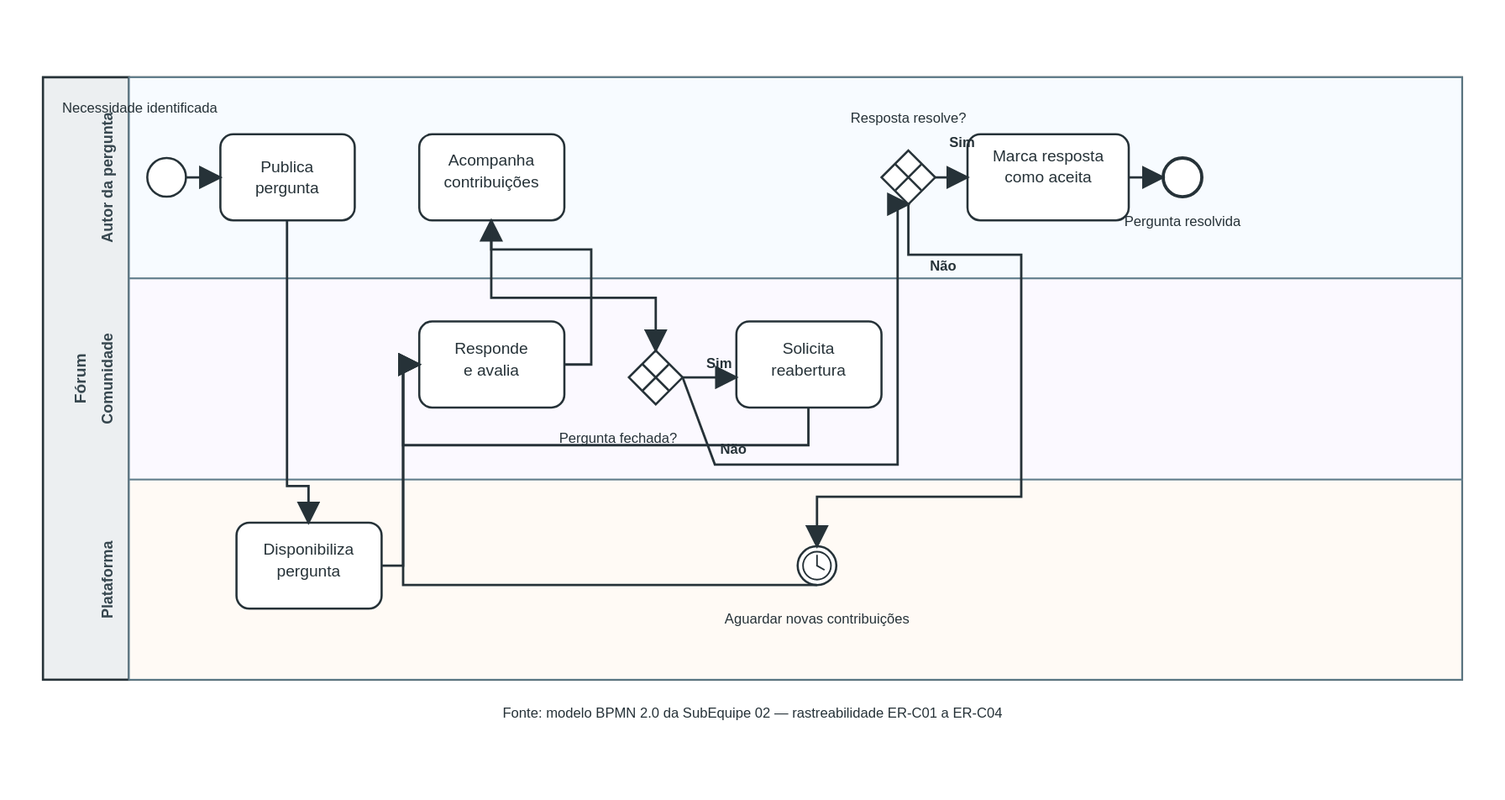
Before: docs/Base/Modelagem/BPMN/Fluxo_Pergunta_Resposta_Resolucao.svg, a diagram exported from BPMN (UnBArqDsw2026-2-Turma02/2026.2-T02-_G2_ProjetoForum_Entrega01). Its source is kept beside it as docs/Base/Modelagem/BPMN/Fluxo_Pergunta_Resposta_Resolucao.bpmn. Ids are renumbered.
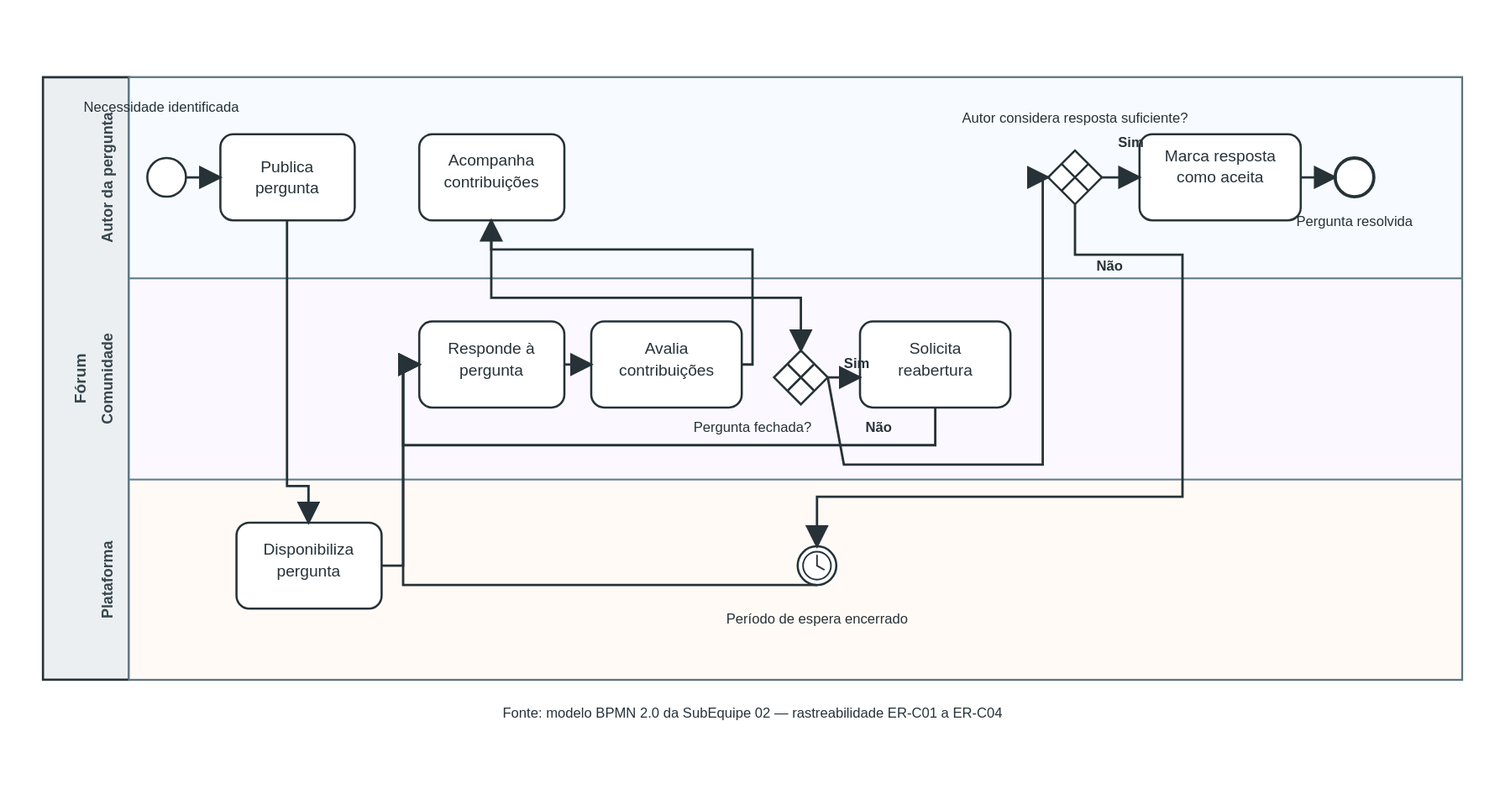
Later version of the same file.

Commit message:
Aprimora modelagem BPMN e atualiza relatório (#43)

Diff of the diagram source:
```diff
@@ -13,7 +13,7 @@
   </bpmn:collaboration>
 
   <bpmn:process id="Process_Forum" name="Fluxo de pergunta, resposta e resolução" isExecutable="false">
-    <bpmn:documentation>Modelo BPMN inicial da SubEquipe 02. O escopo cobre publicação, disponibilização, resposta, avaliação, aceitação, espera por contribuições e continuidade após fechamento.</bpmn:documentation>
+    <bpmn:documentation>Modelo BPMN inicial da SubEquipe 02. O escopo cobre publicação, disponibilização, resposta, avaliação, aceitação, espera por contribuições e continuidade após fechamento. As tarefas de responder e avaliar foram separadas para manter ações atômicas.</bpmn:documentation>
 
     <bpmn:laneSet id="LaneSet_Forum">
       <bpmn:lane id="Lane_Autor" name="Autor da pergunta">
@@ -26,6 +26,7 @@
       </bpmn:lane>
       <bpmn:lane id="Lane_Community" name="Comunidade">
         <bpmn:flowNodeRef>Task_Respond</bpmn:flowNodeRef>
+        <bpmn:flowNodeRef>Task_Evaluate</bpmn:flowNodeRef>
         <bpmn:flowNodeRef>Gateway_Closed</bpmn:flowNodeRef>
         <bpmn:flowNodeRef>Task_Reopen</bpmn:flowNodeRef>
       </bpmn:lane>
@@ -46,17 +47,21 @@
       <bpmn:incoming>Flow_Publish_Available</bpmn:incoming>
       <bpmn:outgoing>Flow_Available_Respond</bpmn:outgoing>
     </bpmn:task>
-    <bpmn:task id="Task_Respond" name="Responde e avalia">
+    <bpmn:task id="Task_Respond" name="Responde à pergunta">
       <bpmn:incoming>Flow_Available_Respond</bpmn:incoming>
       <bpmn:incoming>Flow_Wait_Respond</bpmn:incoming>
       <bpmn:incoming>Flow_Reopen_Respond</bpmn:incoming>
-      <bpmn:outgoing>Flow_Respond_Monitor</bpmn:outgoing>
+      <bpmn:outgoing>Flow_Respond_Evaluate</bpmn:outgoing>
+    </bpmn:task>
+    <bpmn:task id="Task_Evaluate" name="Avalia contribuições">
+      <bpmn:incoming>Flow_Respond_Evaluate</bpmn:incoming>
+      <bpmn:outgoing>Flow_Evaluate_Monitor</bpmn:outgoing>
     </bpmn:task>
     <bpmn:task id="Task_Monitor" name="Acompanha contribuições">
-      <bpmn:incoming>Flow_Respond_Monitor</bpmn:incoming>
+      <bpmn:incoming>Flow_Evaluate_Monitor</bpmn:incoming>
       <bpmn:outgoing>Flow_Monitor_Closed</bpmn:outgoing>
     </bpmn:task>
-    <bpmn:exclusiveGateway id="Gateway_Resolution" name="Resposta resolve?">
+    <bpmn:exclusiveGateway id="Gateway_Resolution" name="Autor considera resposta suficiente?">
       <bpmn:incoming>Flow_Closed_No</bpmn:incoming>
       <bpmn:outgoing>Flow_Resolution_Yes</bpmn:outgoing>
       <bpmn:outgoing>Flow_Resolution_No</bpmn:outgoing>
@@ -68,7 +73,7 @@
     <bpmn:endEvent id="End_Resolved" name="Pergunta resolvida">
       <bpmn:incoming>Flow_Accept_Resolved</bpmn:incoming>
     </bpmn:endEvent>
-    <bpmn:intermediateCatchEvent id="Event_Wait" name="Aguardar novas contribuições">
+    <bpmn:intermediateCatchEvent id="Event_Wait" name="Período de espera encerrado">
       <bpmn:incoming>Flow_Resolution_No</bpmn:incoming>
       <bpmn:outgoing>Flow_Wait_Respond</bpmn:outgoing>
       <bpmn:timerEventDefinition id="TimerDefinition_Wait" />
@@ -86,7 +91,8 @@
     <bpmn:sequenceFlow id="Flow_Start_Publish" sourceRef="Start_Question" targetRef="Task_Publish" />
     <bpmn:sequenceFlow id="Flow_Publish_Available" sourceRef="Task_Publish" targetRef="Task_Available" />
     <bpmn:sequenceFlow id="Flow_Available_Respond" sourceRef="Task_Available" targetRef="Task_Respond" />
-    <bpmn:sequenceFlow id="Flow_Respond_Monitor" sourceRef="Task_Respond" targetRef="Task_Monitor" />
+    <bpmn:sequenceFlow id="Flow_Respond_Evaluate" sourceRef="Task_Respond" targetRef="Task_Evaluate" />
+    <bpmn:sequenceFlow id="Flow_Evaluate_Monitor" sourceRef="Task_Evaluate" targetRef="Task_Monitor" />
     <bpmn:sequenceFlow id="Flow_Resolution_Yes" name="Sim" sourceRef="Gateway_Resolution" targetRef="Task_Accept" />
     <bpmn:sequenceFlow id="Flow_Resolution_No" name="Não" sourceRef="Gateway_Resolution" targetRef="Event_Wait" />
     <bpmn:sequenceFlow id="Flow_Wait_Respond" sourceRef="Event_Wait" targetRef="Task_Respond" />
@@ -115,7 +121,9 @@
 
       <bpmndi:BPMNShape id="Start_Question_di" bpmnElement="Start_Question">
         <dc:Bounds x="160" y="148" width="36" height="36" />
-        <bpmndi:BPMNLabel />
+        <bpmndi:BPMNLabel>
+          <dc:Bounds x="145" y="55" width="150" height="27" />
+        </bpmndi:BPMNLabel>
       </bpmndi:BPMNShape>
       <bpmndi:BPMNShape id="Task_Publish_di" bpmnElement="Task_Publish">
         <dc:Bounds x="215" y="128" width="110" height="80" />
@@ -126,17 +134,17 @@
         <bpmndi:BPMNLabel />
       </bpmndi:BPMNShape>
       <bpmndi:BPMNShape id="Gateway_Resolution_di" bpmnElement="Gateway_Resolution" isMarkerVisible="true">
-        <dc:Bounds x="820" y="143" width="50" height="50" />
+        <dc:Bounds x="975" y="143" width="50" height="50" />
         <bpmndi:BPMNLabel>
-          <dc:Bounds x="818" y="105" width="55" height="27" />
+          <dc:Bounds x="973" y="105" width="55" height="27" />
         </bpmndi:BPMNLabel>
       </bpmndi:BPMNShape>
       <bpmndi:BPMNShape id="Task_Accept_di" bpmnElement="Task_Accept">
-        <dc:Bounds x="900" y="128" width="120" height="80" />
+        <dc:Bounds x="1055" y="128" width="150" height="80" />
         <bpmndi:BPMNLabel />
       </bpmndi:BPMNShape>
       <bpmndi:BPMNShape id="End_Resolved_di" bpmnElement="End_Resolved">
-        <dc:Bounds x="1070" y="150" width="36" height="36" />
+        <dc:Bounds x="1225" y="150" width="36" height="36" />
         <bpmndi:BPMNLabel />
       </bpmndi:BPMNShape>
 
@@ -144,14 +152,18 @@
         <dc:Bounds x="400" y="300" width="120" height="80" />
         <bpmndi:BPMNLabel />
       </bpmndi:BPMNShape>
+      <bpmndi:BPMNShape id="Task_Evaluate_di" bpmnElement="Task_Evaluate">
+        <dc:Bounds x="550" y="300" width="135" height="80" />
+        <bpmndi:BPMNLabel />
+      </bpmndi:BPMNShape>
       <bpmndi:BPMNShape id="Gateway_Closed_di" bpmnElement="Gateway_Closed" isMarkerVisible="true">
-        <dc:Bounds x="600" y="315" width="50" height="50" />
+        <dc:Bounds x="720" y="315" width="50" height="50" />
         <bpmndi:BPMNLabel>
-          <dc:Bounds x="470" y="375" width="105" height="27" />
+          <dc:Bounds x="640" y="350" width="120" height="27" />
         </bpmndi:BPMNLabel>
       </bpmndi:BPMNShape>
       <bpmndi:BPMNShape id="Task_Reopen_di" bpmnElement="Task_Reopen">
-        <dc:Bounds x="690" y="300" width="120" height="80" />
+        <dc:Bounds x="800" y="300" width="135" height="80" />
         <bpmndi:BPMNLabel />
       </bpmndi:BPMNShape>
       <bpmndi:BPMNShape id="Task_Available_di" bpmnElement="Task_Available">
@@ -161,7 +173,7 @@
       <bpmndi:BPMNShape id="Event_Wait_di" bpmnElement="Event_Wait">
         <dc:Bounds x="760" y="500" width="36" height="36" />
         <bpmndi:BPMNLabel>
-          <dc:Bounds x="710" y="543" width="136" height="27" />
+          <dc:Bounds x="690" y="543" width="176" height="27" />
         </bpmndi:BPMNLabel>
       </bpmndi:BPMNShape>
 
@@ -181,22 +193,26 @@
         <di:waypoint x="390" y="340" />
         <di:waypoint x="400" y="340" />
       </bpmndi:BPMNEdge>
-      <bpmndi:BPMNEdge id="Flow_Respond_Monitor_di" bpmnElement="Flow_Respond_Monitor">
+      <bpmndi:BPMNEdge id="Flow_Respond_Evaluate_di" bpmnElement="Flow_Respond_Evaluate">
         <di:waypoint x="520" y="340" />
         <di:waypoint x="550" y="340" />
-        <di:waypoint x="550" y="240" />
+      </bpmndi:BPMNEdge>
+      <bpmndi:BPMNEdge id="Flow_Evaluate_Monitor_di" bpmnElement="Flow_Evaluate_Monitor">
+        <di:waypoint x="685" y="340" />
+        <di:waypoint x="700" y="340" />
+        <di:waypoint x="700" y="240" />
         <di:waypoint x="440" y="240" />
         <di:waypoint x="440" y="208" />
       </bpmndi:BPMNEdge>
       <bpmndi:BPMNEdge id="Flow_Resolution_Yes_di" bpmnElement="Flow_Resolution_Yes">
-        <di:waypoint x="870" y="168" />
-        <di:waypoint x="900" y="168" />
+        <di:waypoint x="1025" y="168" />
+        <di:waypoint x="1055" y="168" />
       </bpmndi:BPMNEdge>
       <bpmndi:BPMNEdge id="Flow_Resolution_No_di" bpmnElement="Flow_Resolution_No">
-        <di:waypoint x="845" y="193" />
-        <di:waypoint x="845" y="240" />
-        <di:waypoint x="950" y="240" />
-        <di:waypoint x="950" y="450" />
+        <di:waypoint x="1000" y="193" />
+        <di:waypoint x="1000" y="240" />
+        <di:waypoint x="1100" y="240" />
+        <di:waypoint x="1100" y="450" />
         <di:waypoint x="778" y="450" />
         <di:waypoint x="778" y="500" />
       </bpmndi:BPMNEdge>
@@ -209,30 +225,33 @@
       <bpmndi:BPMNEdge id="Flow_Monitor_Closed_di" bpmnElement="Flow_Monitor_Closed">
         <di:waypoint x="440" y="208" />
         <di:waypoint x="440" y="280" />
-        <di:waypoint x="625" y="280" />
-        <di:waypoint x="625" y="315" />
+        <di:waypoint x="745" y="280" />
+        <di:waypoint x="745" y="315" />
       </bpmndi:BPMNEdge>
       <bpmndi:BPMNEdge id="Flow_Closed_Yes_di" bpmnElement="Flow_Closed_Yes">
-        <di:waypoint x="650" y="340" />
-        <di:waypoint x="690" y="340" />
+        <di:waypoint x="770" y="340" />
+        <di:waypoint x="800" y="340" />
       </bpmndi:BPMNEdge>
       <bpmndi:BPMNEdge id="Flow_Closed_No_di" bpmnElement="Flow_Closed_No">
-        <di:waypoint x="650" y="340" />
-        <di:waypoint x="665" y="400" />
-        <di:waypoint x="835" y="400" />
-        <di:waypoint x="835" y="193" />
-        <di:waypoint x="845" y="193" />
+        <di:waypoint x="770" y="340" />
+        <di:waypoint x="785" y="400" />
+        <di:waypoint x="970" y="400" />
+        <di:waypoint x="970" y="168" />
+        <di:waypoint x="975" y="168" />
+        <bpmndi:BPMNLabel>
+          <dc:Bounds x="790" y="350" width="30" height="27" />
+        </bpmndi:BPMNLabel>
       </bpmndi:BPMNEdge>
       <bpmndi:BPMNEdge id="Flow_Reopen_Respond_di" bpmnElement="Flow_Reopen_Respond">
-        <di:waypoint x="750" y="380" />
-        <di:waypoint x="750" y="405" />
+        <di:waypoint x="867" y="380" />
+        <di:waypoint x="867" y="405" />
         <di:waypoint x="380" y="405" />
         <di:waypoint x="380" y="340" />
         <di:waypoint x="400" y="340" />
       </bpmndi:BPMNEdge>
       <bpmndi:BPMNEdge id="Flow_Accept_Resolved_di" bpmnElement="Flow_Accept_Resolved">
-        <di:waypoint x="1020" y="168" />
-        <di:waypoint x="1070" y="168" />
+        <di:waypoint x="1205" y="168" />
+        <di:waypoint x="1225" y="168" />
       </bpmndi:BPMNEdge>
     </bpmndi:BPMNPlane>
   </bpmndi:BPMNDiagram>
```
